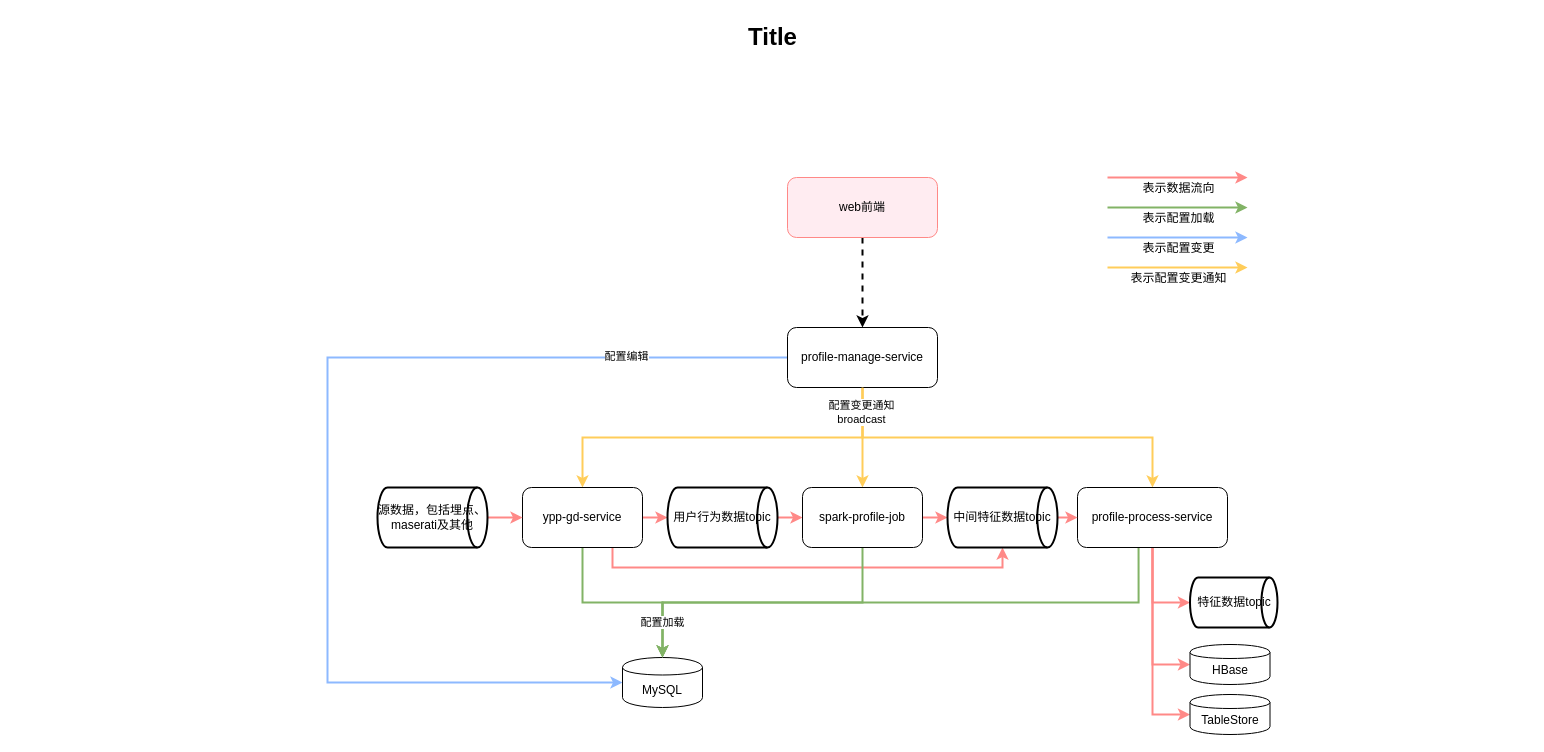
Before: 运行架构图.drawio in qingchao-kong/draw.io, a draw.io diagram. Source tidied: cells renumbered, new cells numbered last; positions are measured from the earlier drawing's top-left corner, leaving out a move shared by most shapes. Both pictures are drawn from the tidied source at 100%, with x=0, y=0 at pixel (17, 17).
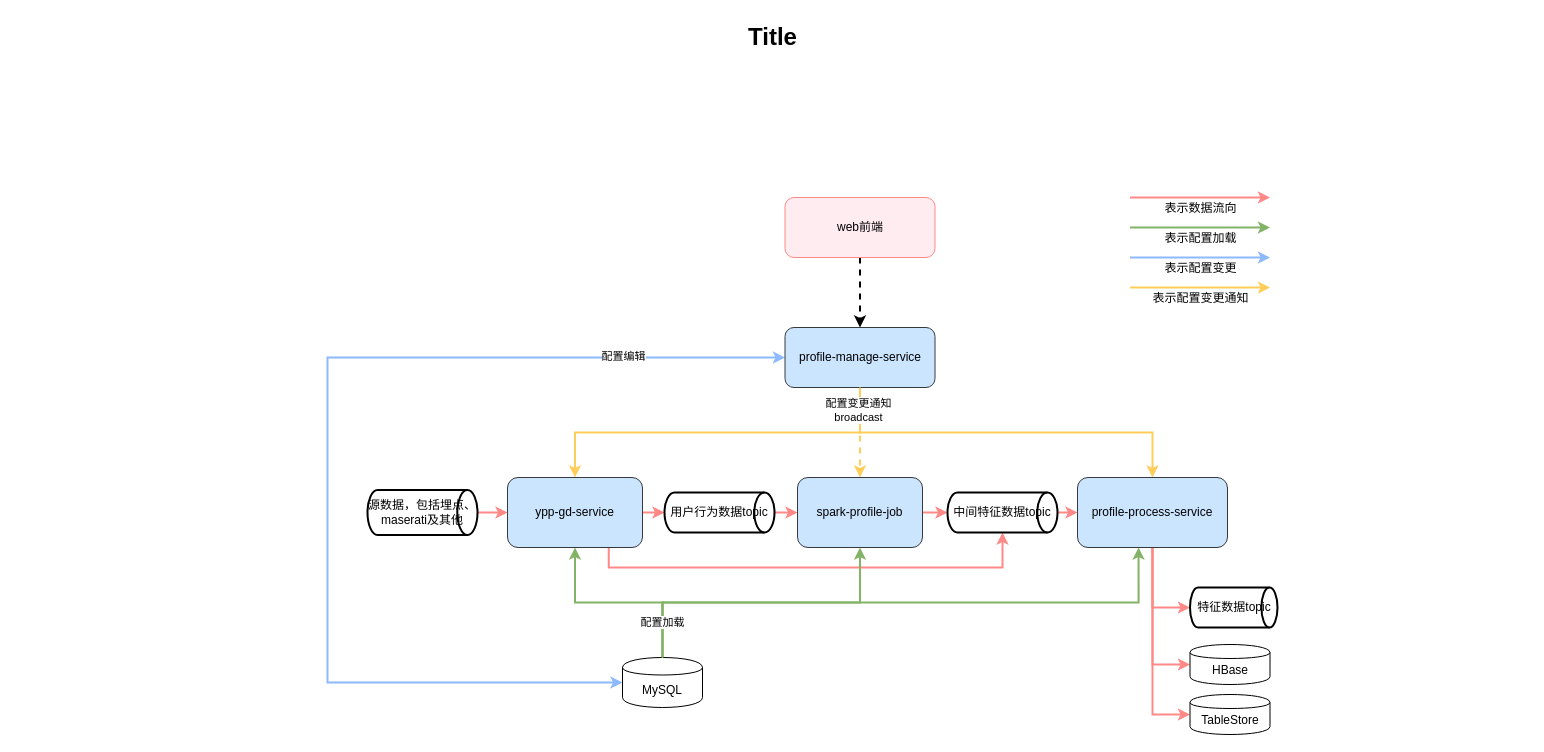
The same diagram, later.

Commit message:
Update 运行架构图.drawio

The change refers to these unchanged cells:
```xml
<mxCell id="16" value="MySQL" style="shape=cylinder;whiteSpace=wrap;html=1;boundedLbl=1;backgroundOutline=1;" parent="1" vertex="1">
  <mxGeometry x="605" y="640" width="80" height="50" as="geometry" />
</mxCell>
```

Diff of the diagram source:
```diff
@@
-    <mxCell id="5" style="edgeStyle=orthogonalEdgeStyle;rounded=0;jettySize=auto;html=1;exitX=0;exitY=0.5;exitDx=0;exitDy=0;entryX=0;entryY=0.5;entryDx=0;entryDy=0;fillColor=#8db9ff;strokeColor=#8db9ff;strokeWidth=2;" parent="1" edge="1" source="7" target="16">
+    <mxCell id="5" style="edgeStyle=orthogonalEdgeStyle;rounded=0;jettySize=auto;html=1;exitX=0;exitY=0.5;exitDx=0;exitDy=0;entryX=0;entryY=0.5;entryDx=0;entryDy=0;fillColor=#8db9ff;strokeColor=#8db9ff;strokeWidth=2;startArrow=classic;startFill=1;" parent="1" edge="1" source="7" target="16">
       <mxGeometry relative="1" as="geometry">
         <Array as="points">
           <mxPoint x="310" y="340" />
           <mxPoint x="310" y="665" />
         </Array>
       </mxGeometry>
     </mxCell>
@@
-    <mxCell id="7" value="profile-manage-service" style="rounded=1;whiteSpace=wrap;html=1;" parent="1" vertex="1">
-      <mxGeometry x="770" y="310" width="150" height="60" as="geometry" />
+    <mxCell id="7" value="profile-manage-service" style="rounded=1;whiteSpace=wrap;html=1;fillColor=#cce5ff;strokeColor=#36393d;" parent="1" vertex="1">
+      <mxGeometry x="767.5" y="310" width="150" height="60" as="geometry" />
     </mxCell>
-    <mxCell id="8" style="edgeStyle=orthogonalEdgeStyle;rounded=0;jettySize=auto;html=1;exitX=0.5;exitY=1;exitDx=0;exitDy=0;entryX=0.5;entryY=0;entryDx=0;entryDy=0;fillColor=#ffcd5a;strokeColor=#ffcd5a;strokeWidth=2;" parent="1" edge="1" source="7" target="24">
+    <mxCell id="8" style="edgeStyle=orthogonalEdgeStyle;rounded=0;jettySize=auto;html=1;exitX=0.5;exitY=1;exitDx=0;exitDy=0;entryX=0.5;entryY=0;entryDx=0;entryDy=0;fillColor=#ffcd5a;strokeColor=#ffcd5a;strokeWidth=2;dashed=1;" parent="1" edge="1" source="7" target="24">
       <mxGeometry relative="1" as="geometry" />
     </mxCell>
@@
-    <mxCell id="11" style="edgeStyle=orthogonalEdgeStyle;rounded=0;jettySize=auto;html=1;exitX=0.75;exitY=1;exitDx=0;exitDy=0;entryX=0.5;entryY=1;entryDx=0;entryDy=0;fillColor=#ff8987;strokeColor=#ff8987;entryPerimeter=0;strokeWidth=2;" parent="1" edge="1" source="13" target="41">
+    <mxCell id="11" style="edgeStyle=orthogonalEdgeStyle;rounded=0;jettySize=auto;html=1;exitX=0.75;exitY=1;exitDx=0;exitDy=0;entryX=0.5;entryY=1;entryDx=0;entryDy=0;fillColor=#ffcccc;entryPerimeter=0;strokeWidth=2;strokeColor=#FF8987;" parent="1" edge="1" source="13" target="41">
       <mxGeometry relative="1" as="geometry" />
     </mxCell>
-    <mxCell id="12" style="edgeStyle=orthogonalEdgeStyle;rounded=0;jettySize=auto;html=1;exitX=0.5;exitY=1;exitDx=0;exitDy=0;entryX=0.5;entryY=0;entryDx=0;entryDy=0;fillColor=#d5e8d4;strokeColor=#82b366;strokeWidth=2;" parent="1" edge="1" source="13" target="16">
+    <mxCell id="12" style="edgeStyle=orthogonalEdgeStyle;rounded=0;jettySize=auto;html=1;exitX=0.5;exitY=1;exitDx=0;exitDy=0;entryX=0.5;entryY=0;entryDx=0;entryDy=0;fillColor=#d5e8d4;strokeColor=#82b366;strokeWidth=2;startArrow=classic;startFill=1;endArrow=none;endFill=0;" parent="1" edge="1" source="13" target="16">
       <mxGeometry relative="1" as="geometry" />
     </mxCell>
-    <mxCell id="13" value="ypp-gd-service" style="rounded=1;whiteSpace=wrap;html=1;" parent="1" vertex="1">
-      <mxGeometry x="505" y="470" width="120" height="60" as="geometry" />
+    <mxCell id="13" value="ypp-gd-service" style="rounded=1;whiteSpace=wrap;html=1;fillColor=#cce5ff;strokeColor=#36393d;" parent="1" vertex="1">
+      <mxGeometry x="490" y="460" width="135" height="70" as="geometry" />
     </mxCell>
@@
     <mxCell id="21" value="web前端" style="rounded=1;whiteSpace=wrap;html=1;fillColor=#ffecf1;strokeColor=#ff8987;" parent="1" vertex="1">
-      <mxGeometry x="770" y="160" width="150" height="60" as="geometry" />
+      <mxGeometry x="767.5" y="180" width="150" height="60" as="geometry" />
     </mxCell>
@@
-    <mxCell id="23" style="edgeStyle=orthogonalEdgeStyle;rounded=0;jettySize=auto;html=1;exitX=0.5;exitY=1;exitDx=0;exitDy=0;entryX=0.5;entryY=0;entryDx=0;entryDy=0;fillColor=#d5e8d4;strokeColor=#82b366;strokeWidth=2;" parent="1" edge="1" source="24" target="16">
+    <mxCell id="23" style="edgeStyle=orthogonalEdgeStyle;rounded=0;jettySize=auto;html=1;exitX=0.5;exitY=1;exitDx=0;exitDy=0;entryX=0.5;entryY=0;entryDx=0;entryDy=0;fillColor=#d5e8d4;strokeColor=#82b366;strokeWidth=2;startArrow=classic;startFill=1;endArrow=none;endFill=0;" parent="1" edge="1" source="24" target="16">
       <mxGeometry relative="1" as="geometry" />
     </mxCell>
-    <mxCell id="24" value="spark-profile-job" style="rounded=1;whiteSpace=wrap;html=1;" parent="1" vertex="1">
-      <mxGeometry x="785" y="470" width="120" height="60" as="geometry" />
+    <mxCell id="24" value="spark-profile-job" style="rounded=1;whiteSpace=wrap;html=1;fillColor=#cce5ff;strokeColor=#36393d;" parent="1" vertex="1">
+      <mxGeometry x="780" y="460" width="125" height="70" as="geometry" />
     </mxCell>
@@
-    <mxCell id="26" style="edgeStyle=orthogonalEdgeStyle;rounded=0;jettySize=auto;html=1;exitX=0.407;exitY=1;exitDx=0;exitDy=0;entryX=0.5;entryY=0;entryDx=0;entryDy=0;fillColor=#d5e8d4;strokeColor=#82b366;exitPerimeter=0;strokeWidth=2;" parent="1" edge="1" source="28" target="16">
+    <mxCell id="26" style="edgeStyle=orthogonalEdgeStyle;rounded=0;jettySize=auto;html=1;exitX=0.407;exitY=1;exitDx=0;exitDy=0;entryX=0.5;entryY=0;entryDx=0;entryDy=0;fillColor=#d5e8d4;strokeColor=#82b366;exitPerimeter=0;strokeWidth=2;startArrow=classic;startFill=1;endArrow=none;endFill=0;" parent="1" edge="1" source="28" target="16">
       <mxGeometry relative="1" as="geometry" />
     </mxCell>
@@
-    <mxCell id="28" value="profile-process-service" style="rounded=1;whiteSpace=wrap;html=1;" parent="1" vertex="1">
-      <mxGeometry x="1060" y="470" width="150" height="60" as="geometry" />
+    <mxCell id="28" value="profile-process-service" style="rounded=1;whiteSpace=wrap;html=1;fillColor=#cce5ff;strokeColor=#36393d;" parent="1" vertex="1">
+      <mxGeometry x="1060" y="460" width="150" height="70" as="geometry" />
     </mxCell>
@@
     <mxCell id="30" style="endArrow=classic;html=1;fillColor=#ff8987;strokeColor=#ff8987;strokeWidth=2;" parent="1" edge="1">
       <mxGeometry relative="1" as="geometry">
-        <mxPoint x="1090" y="160" as="sourcePoint" />
-        <mxPoint x="1230" y="160" as="targetPoint" />
+        <mxPoint x="1112.5" y="180" as="sourcePoint" />
+        <mxPoint x="1252.5" y="180" as="targetPoint" />
       </mxGeometry>
     </mxCell>
@@
     <mxCell id="33" style="endArrow=classic;html=1;fillColor=#d5e8d4;strokeColor=#82b366;strokeWidth=2;" parent="1" edge="1">
       <mxGeometry relative="1" as="geometry">
-        <mxPoint x="1090" y="190" as="sourcePoint" />
-        <mxPoint x="1230" y="190" as="targetPoint" />
+        <mxPoint x="1112.5" y="210" as="sourcePoint" />
+        <mxPoint x="1252.5" y="210" as="targetPoint" />
       </mxGeometry>
     </mxCell>
@@
     <mxCell id="35" style="endArrow=classic;html=1;fillColor=#8db9ff;strokeColor=#8db9ff;strokeWidth=2;" parent="1" edge="1">
       <mxGeometry relative="1" as="geometry">
-        <mxPoint x="1090" y="220" as="sourcePoint" />
-        <mxPoint x="1230" y="220" as="targetPoint" />
+        <mxPoint x="1112.5" y="240" as="sourcePoint" />
+        <mxPoint x="1252.5" y="240" as="targetPoint" />
       </mxGeometry>
     </mxCell>
@@
     <mxCell id="37" style="endArrow=classic;html=1;fillColor=#ffcd5a;strokeColor=#ffcd5a;strokeWidth=2;" parent="1" edge="1">
       <mxGeometry relative="1" as="geometry">
-        <mxPoint x="1090" y="250" as="sourcePoint" />
-        <mxPoint x="1230" y="250" as="targetPoint" />
+        <mxPoint x="1112.5" y="270" as="sourcePoint" />
+        <mxPoint x="1252.5" y="270" as="targetPoint" />
       </mxGeometry>
     </mxCell>
@@
     <mxCell id="39" value="源数据，包括埋点、maserati及其他" style="strokeWidth=2;html=1;shape=mxgraph.flowchart.direct_data;whiteSpace=wrap;" parent="1" vertex="1">
-      <mxGeometry x="360" y="470" width="110" height="60" as="geometry" />
+      <mxGeometry x="350" y="472.5" width="110" height="45" as="geometry" />
     </mxCell>
     <mxCell id="40" value="用户行为数据topic" style="strokeWidth=2;html=1;shape=mxgraph.flowchart.direct_data;whiteSpace=wrap;" parent="1" vertex="1">
-      <mxGeometry x="650" y="470" width="110" height="60" as="geometry" />
+      <mxGeometry x="647" y="475" width="110" height="40" as="geometry" />
     </mxCell>
     <mxCell id="41" value="中间特征数据topic" style="strokeWidth=2;html=1;shape=mxgraph.flowchart.direct_data;whiteSpace=wrap;" parent="1" vertex="1">
-      <mxGeometry x="930" y="470" width="110" height="60" as="geometry" />
+      <mxGeometry x="930" y="475" width="110" height="40" as="geometry" />
     </mxCell>
     <mxCell id="42" value="特征数据topic" style="strokeWidth=2;html=1;shape=mxgraph.flowchart.direct_data;whiteSpace=wrap;" parent="1" vertex="1">
-      <mxGeometry x="1172.5" y="560" width="87.5" height="50" as="geometry" />
+      <mxGeometry x="1172.5" y="570" width="87.5" height="40" as="geometry" />
     </mxCell>
```
